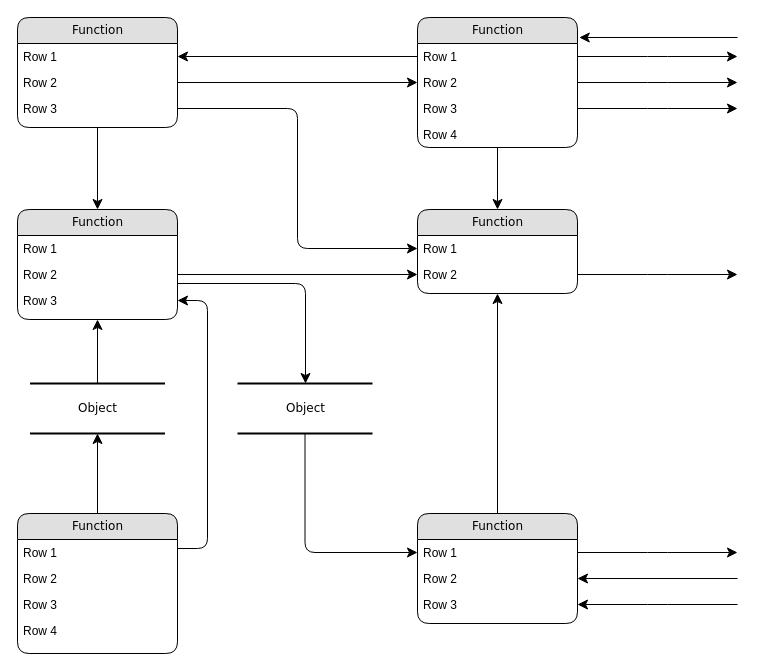
Above: Диаграмма без названия.drawio in ivushkin/Data-Analyst (draw.io), before the change. Source tidied: cells renumbered, new cells numbered last; positions are measured from the earlier drawing's top-left corner, leaving out a move shared by most shapes. Both pictures are drawn from the tidied source at 100%, with x=0, y=0 at pixel (17, 17).
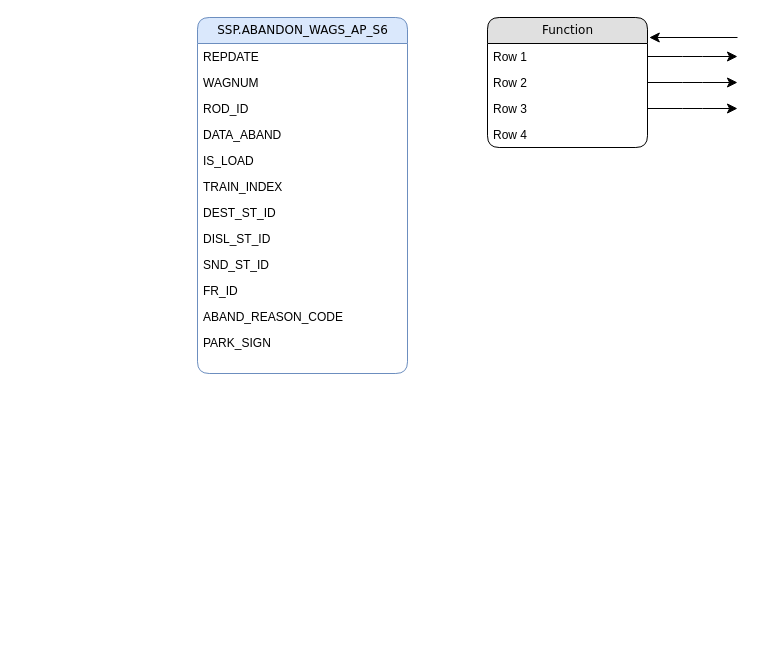
The same page after the edit.

Commit message:
Анализ брошенных вагонов.drawio

The change refers to these unchanged cells:
```xml
<mxCell id="8" value="Row 1" style="text;html=1;strokeColor=none;fillColor=none;spacingLeft=4;spacingRight=4;whiteSpace=wrap;overflow=hidden;points=[[0,0.5],[1,0.5]];portConstraint=eastwest;" parent="7" vertex="1">
  <mxGeometry y="26" width="160" height="26" as="geometry" />
</mxCell>
<mxCell id="9" value="Row 2" style="text;html=1;strokeColor=none;fillColor=none;spacingLeft=4;spacingRight=4;whiteSpace=wrap;overflow=hidden;points=[[0,0.5],[1,0.5]];portConstraint=eastwest;" parent="7" vertex="1">
  <mxGeometry y="52" width="160" height="26" as="geometry" />
</mxCell>
```

Diff of the diagram source:
```diff
@@
-    <mxCell id="2" value="Object" style="html=1;rounded=0;shadow=0;comic=0;labelBackgroundColor=none;strokeWidth=2;fontFamily=Verdana;fontSize=12;align=center;shape=mxgraph.ios7ui.horLines;" parent="1" vertex="1">
-      <mxGeometry x="12.5" y="366" width="135" height="50" as="geometry" />
-    </mxCell>
-    <mxCell id="3" value="Function" style="swimlane;html=1;fontStyle=0;horizontal=1;startSize=26;fillColor=#e0e0e0;swimlaneFillColor=#ffffff;align=center;rounded=1;shadow=0;comic=0;labelBackgroundColor=none;strokeWidth=1;fontFamily=Verdana;fontSize=12;" parent="1" vertex="1">
-      <mxGeometry width="160" height="110" as="geometry" />
+    <mxCell id="3" value="SSP.ABANDON_WAGS_AP_S6" style="swimlane;html=1;fontStyle=0;horizontal=1;startSize=26;fillColor=#dae8fc;swimlaneFillColor=#ffffff;align=center;rounded=1;shadow=0;comic=0;labelBackgroundColor=none;strokeWidth=1;fontFamily=Verdana;fontSize=12;strokeColor=#6c8ebf;" parent="1" vertex="1">
+      <mxGeometry x="180" width="210" height="356" as="geometry" />
     </mxCell>
-    <mxCell id="4" value="Row 1" style="text;html=1;strokeColor=none;fillColor=none;spacingLeft=4;spacingRight=4;whiteSpace=wrap;overflow=hidden;points=[[0,0.5],[1,0.5]];portConstraint=eastwest;" parent="3" vertex="1">
-      <mxGeometry y="26" width="160" height="26" as="geometry" />
+    <mxCell id="4" value="REPDATE" style="text;html=1;strokeColor=none;fillColor=none;spacingLeft=4;spacingRight=4;whiteSpace=wrap;overflow=hidden;points=[[0,0.5],[1,0.5]];portConstraint=eastwest;" parent="3" vertex="1">
+      <mxGeometry y="26" width="210" height="26" as="geometry" />
     </mxCell>
-    <mxCell id="5" value="Row 2" style="text;html=1;strokeColor=none;fillColor=none;spacingLeft=4;spacingRight=4;whiteSpace=wrap;overflow=hidden;points=[[0,0.5],[1,0.5]];portConstraint=eastwest;" parent="3" vertex="1">
-      <mxGeometry y="52" width="160" height="26" as="geometry" />
+    <mxCell id="5" value="WAGNUM" style="text;html=1;strokeColor=none;fillColor=none;spacingLeft=4;spacingRight=4;whiteSpace=wrap;overflow=hidden;points=[[0,0.5],[1,0.5]];portConstraint=eastwest;" parent="3" vertex="1">
+      <mxGeometry y="52" width="210" height="26" as="geometry" />
     </mxCell>
-    <mxCell id="6" value="Row 3" style="text;html=1;strokeColor=none;fillColor=none;spacingLeft=4;spacingRight=4;whiteSpace=wrap;overflow=hidden;points=[[0,0.5],[1,0.5]];portConstraint=eastwest;" parent="3" vertex="1">
-      <mxGeometry y="78" width="160" height="26" as="geometry" />
+    <mxCell id="6" value="ROD_ID" style="text;html=1;strokeColor=none;fillColor=none;spacingLeft=4;spacingRight=4;whiteSpace=wrap;overflow=hidden;points=[[0,0.5],[1,0.5]];portConstraint=eastwest;" parent="3" vertex="1">
+      <mxGeometry y="78" width="210" height="26" as="geometry" />
     </mxCell>
+    <mxCell id="49" value="DATA_ABAND" style="text;html=1;strokeColor=none;fillColor=none;spacingLeft=4;spacingRight=4;whiteSpace=wrap;overflow=hidden;" parent="3" vertex="1">
+      <mxGeometry y="104" width="210" height="26" as="geometry" />
+    </mxCell>
+    <mxCell id="50" value="IS_LOAD" style="text;html=1;strokeColor=none;fillColor=none;spacingLeft=4;spacingRight=4;whiteSpace=wrap;overflow=hidden;" parent="3" vertex="1">
+      <mxGeometry y="130" width="210" height="26" as="geometry" />
+    </mxCell>
+    <mxCell id="51" value="TRAIN_INDEX" style="text;html=1;strokeColor=none;fillColor=none;spacingLeft=4;spacingRight=4;whiteSpace=wrap;overflow=hidden;" parent="3" vertex="1">
+      <mxGeometry y="156" width="210" height="26" as="geometry" />
+    </mxCell>
+    <mxCell id="52" value="DEST_ST_ID" style="text;html=1;strokeColor=none;fillColor=none;spacingLeft=4;spacingRight=4;whiteSpace=wrap;overflow=hidden;" parent="3" vertex="1">
+      <mxGeometry y="182" width="210" height="26" as="geometry" />
+    </mxCell>
+    <mxCell id="53" value="DISL_ST_ID" style="text;html=1;strokeColor=none;fillColor=none;spacingLeft=4;spacingRight=4;whiteSpace=wrap;overflow=hidden;" parent="3" vertex="1">
+      <mxGeometry y="208" width="210" height="26" as="geometry" />
+    </mxCell>
+    <mxCell id="54" value="SND_ST_ID" style="text;html=1;strokeColor=none;fillColor=none;spacingLeft=4;spacingRight=4;whiteSpace=wrap;overflow=hidden;" parent="3" vertex="1">
+      <mxGeometry y="234" width="210" height="26" as="geometry" />
+    </mxCell>
+    <mxCell id="55" value="FR_ID" style="text;html=1;strokeColor=none;fillColor=none;spacingLeft=4;spacingRight=4;whiteSpace=wrap;overflow=hidden;" parent="3" vertex="1">
+      <mxGeometry y="260" width="210" height="26" as="geometry" />
+    </mxCell>
+    <mxCell id="56" value="ABAND_REASON_CODE&lt;br&gt;" style="text;html=1;strokeColor=none;fillColor=none;spacingLeft=4;spacingRight=4;whiteSpace=wrap;overflow=hidden;" parent="3" vertex="1">
+      <mxGeometry y="286" width="210" height="26" as="geometry" />
+    </mxCell>
+    <mxCell id="57" value="PARK_SIGN" style="text;html=1;strokeColor=none;fillColor=none;spacingLeft=4;spacingRight=4;whiteSpace=wrap;overflow=hidden;" parent="3" vertex="1">
+      <mxGeometry y="312" width="210" height="26" as="geometry" />
+    </mxCell>
     <mxCell id="7" value="Function" style="swimlane;html=1;fontStyle=0;horizontal=1;startSize=26;fillColor=#e0e0e0;swimlaneFillColor=#ffffff;align=center;rounded=1;shadow=0;comic=0;labelBackgroundColor=none;strokeWidth=1;fontFamily=Verdana;fontSize=12;" parent="1" vertex="1">
-      <mxGeometry x="400" width="160" height="130" as="geometry" />
+      <mxGeometry x="470" width="160" height="130" as="geometry" />
     </mxCell>
@@
-    <mxCell id="12" value="Function" style="swimlane;html=1;fontStyle=0;horizontal=1;startSize=26;fillColor=#e0e0e0;swimlaneFillColor=#ffffff;align=center;rounded=1;shadow=0;comic=0;labelBackgroundColor=none;strokeWidth=1;fontFamily=Verdana;fontSize=12;" parent="1" vertex="1">
-      <mxGeometry y="192" width="160" height="110" as="geometry" />
-    </mxCell>
-    <mxCell id="13" value="Row 1" style="text;html=1;strokeColor=none;fillColor=none;spacingLeft=4;spacingRight=4;whiteSpace=wrap;overflow=hidden;" parent="12" vertex="1">
-      <mxGeometry y="26" width="160" height="26" as="geometry" />
-    </mxCell>
-    <mxCell id="14" value="Row 2" style="text;html=1;strokeColor=none;fillColor=none;spacingLeft=4;spacingRight=4;whiteSpace=wrap;overflow=hidden;points=[[0,0.5],[1,0.5]];portConstraint=eastwest;" parent="12" vertex="1">
-      <mxGeometry y="52" width="160" height="26" as="geometry" />
-    </mxCell>
-    <mxCell id="15" value="Row 3" style="text;html=1;strokeColor=none;fillColor=none;spacingLeft=4;spacingRight=4;whiteSpace=wrap;overflow=hidden;points=[[0,0.5],[1,0.5]];portConstraint=eastwest;" parent="12" vertex="1">
-      <mxGeometry y="78" width="160" height="26" as="geometry" />
-    </mxCell>
-    <mxCell id="16" value="Function" style="swimlane;html=1;fontStyle=0;horizontal=1;startSize=26;fillColor=#e0e0e0;swimlaneFillColor=#ffffff;align=center;rounded=1;shadow=0;comic=0;labelBackgroundColor=none;strokeWidth=1;fontFamily=Verdana;fontSize=12;" parent="1" vertex="1">
-      <mxGeometry y="496" width="160" height="140" as="geometry" />
-    </mxCell>
-    <mxCell id="17" value="Row 1" style="text;html=1;strokeColor=none;fillColor=none;spacingLeft=4;spacingRight=4;whiteSpace=wrap;overflow=hidden;" parent="16" vertex="1">
-      <mxGeometry y="26" width="160" height="26" as="geometry" />
-    </mxCell>
-    <mxCell id="18" value="Row 2" style="text;html=1;strokeColor=none;fillColor=none;spacingLeft=4;spacingRight=4;whiteSpace=wrap;overflow=hidden;" parent="16" vertex="1">
-      <mxGeometry y="52" width="160" height="26" as="geometry" />
-    </mxCell>
-    <mxCell id="19" value="Row 3" style="text;html=1;strokeColor=none;fillColor=none;spacingLeft=4;spacingRight=4;whiteSpace=wrap;overflow=hidden;" parent="16" vertex="1">
-      <mxGeometry y="78" width="160" height="26" as="geometry" />
-    </mxCell>
-    <mxCell id="20" value="Row 4" style="text;html=1;strokeColor=none;fillColor=none;spacingLeft=4;spacingRight=4;whiteSpace=wrap;overflow=hidden;" parent="16" vertex="1">
-      <mxGeometry y="104" width="160" height="26" as="geometry" />
-    </mxCell>
-    <mxCell id="21" value="Function" style="swimlane;html=1;fontStyle=0;horizontal=1;startSize=26;fillColor=#e0e0e0;swimlaneFillColor=#ffffff;align=center;rounded=1;shadow=0;comic=0;labelBackgroundColor=none;strokeWidth=1;fontFamily=Verdana;fontSize=12;" parent="1" vertex="1">
-      <mxGeometry x="400" y="192" width="160" height="84" as="geometry" />
-    </mxCell>
-    <mxCell id="22" value="Row 1" style="text;html=1;strokeColor=none;fillColor=none;spacingLeft=4;spacingRight=4;whiteSpace=wrap;overflow=hidden;points=[[0,0.5],[1,0.5]];portConstraint=eastwest;" parent="21" vertex="1">
-      <mxGeometry y="26" width="160" height="26" as="geometry" />
-    </mxCell>
-    <mxCell id="23" value="Row 2" style="text;html=1;strokeColor=none;fillColor=none;spacingLeft=4;spacingRight=4;whiteSpace=wrap;overflow=hidden;points=[[0,0.5],[1,0.5]];portConstraint=eastwest;" parent="21" vertex="1">
-      <mxGeometry y="52" width="160" height="26" as="geometry" />
-    </mxCell>
-    <mxCell id="24" value="Function" style="swimlane;html=1;fontStyle=0;horizontal=1;startSize=26;fillColor=#e0e0e0;swimlaneFillColor=#ffffff;align=center;rounded=1;shadow=0;comic=0;labelBackgroundColor=none;strokeWidth=1;fontFamily=Verdana;fontSize=12;" parent="1" vertex="1">
-      <mxGeometry x="400" y="496" width="160" height="110" as="geometry" />
-    </mxCell>
-    <mxCell id="25" value="Row 1" style="text;html=1;strokeColor=none;fillColor=none;spacingLeft=4;spacingRight=4;whiteSpace=wrap;overflow=hidden;points=[[0,0.5],[1,0.5]];portConstraint=eastwest;" parent="24" vertex="1">
-      <mxGeometry y="26" width="160" height="26" as="geometry" />
-    </mxCell>
-    <mxCell id="26" value="Row 2" style="text;html=1;strokeColor=none;fillColor=none;spacingLeft=4;spacingRight=4;whiteSpace=wrap;overflow=hidden;points=[[0,0.5],[1,0.5]];portConstraint=eastwest;" parent="24" vertex="1">
-      <mxGeometry y="52" width="160" height="26" as="geometry" />
-    </mxCell>
-    <mxCell id="27" value="Row 3" style="text;html=1;strokeColor=none;fillColor=none;spacingLeft=4;spacingRight=4;whiteSpace=wrap;overflow=hidden;points=[[0,0.5],[1,0.5]];portConstraint=eastwest;" parent="24" vertex="1">
-      <mxGeometry y="78" width="160" height="26" as="geometry" />
-    </mxCell>
-    <mxCell id="28" value="Object" style="html=1;rounded=0;shadow=0;comic=0;labelBackgroundColor=none;strokeWidth=2;fontFamily=Verdana;fontSize=12;align=center;shape=mxgraph.ios7ui.horLines;" parent="1" vertex="1">
-      <mxGeometry x="220" y="366" width="135" height="50" as="geometry" />
-    </mxCell>
-    <mxCell id="29" style="edgeStyle=none;html=1;labelBackgroundColor=none;startFill=0;startSize=8;endFill=1;endSize=8;fontFamily=Verdana;fontSize=12;" parent="1" edge="1" source="16" target="2">
-      <mxGeometry relative="1" as="geometry" />
-    </mxCell>
-    <mxCell id="30" style="edgeStyle=none;html=1;labelBackgroundColor=none;startFill=0;startSize=8;endFill=1;endSize=8;fontFamily=Verdana;fontSize=12;" parent="1" edge="1" source="2" target="12">
-      <mxGeometry relative="1" as="geometry" />
-    </mxCell>
-    <mxCell id="31" style="edgeStyle=orthogonalEdgeStyle;html=1;labelBackgroundColor=none;startFill=0;startSize=8;endFill=1;endSize=8;fontFamily=Verdana;fontSize=12;exitX=1;exitY=0.25;entryX=1;entryY=0.5;" parent="1" edge="1" source="16" target="15">
-      <mxGeometry relative="1" as="geometry">
-        <Array as="points">
-          <mxPoint x="190" y="531" />
-          <mxPoint x="190" y="283" />
-        </Array>
-      </mxGeometry>
-    </mxCell>
-    <mxCell id="32" style="edgeStyle=orthogonalEdgeStyle;html=1;labelBackgroundColor=none;startFill=0;startSize=8;endFill=1;endSize=8;fontFamily=Verdana;fontSize=12;" parent="1" edge="1" source="28" target="25">
-      <mxGeometry x="-0.13" y="32" relative="1" as="geometry" />
-    </mxCell>
-    <mxCell id="33" style="edgeStyle=orthogonalEdgeStyle;html=1;labelBackgroundColor=none;startFill=0;startSize=8;endFill=1;endSize=8;fontFamily=Verdana;fontSize=12;" parent="1" edge="1" source="12" target="28">
-      <mxGeometry relative="1" as="geometry">
-        <Array as="points">
-          <mxPoint x="288" y="266" />
-        </Array>
-      </mxGeometry>
-    </mxCell>
-    <mxCell id="34" style="edgeStyle=orthogonalEdgeStyle;html=1;labelBackgroundColor=none;startFill=0;startSize=8;endFill=1;endSize=8;fontFamily=Verdana;fontSize=12;" parent="1" edge="1" source="3" target="12">
-      <mxGeometry relative="1" as="geometry" />
-    </mxCell>
-    <mxCell id="35" style="edgeStyle=orthogonalEdgeStyle;html=1;labelBackgroundColor=none;startFill=0;startSize=8;endFill=1;endSize=8;fontFamily=Verdana;fontSize=12;" parent="1" edge="1" source="24" target="21">
-      <mxGeometry relative="1" as="geometry" />
-    </mxCell>
-    <mxCell id="36" style="edgeStyle=orthogonalEdgeStyle;html=1;labelBackgroundColor=none;startFill=0;startSize=8;endFill=1;endSize=8;fontFamily=Verdana;fontSize=12;" parent="1" edge="1" source="7" target="21">
-      <mxGeometry relative="1" as="geometry" />
-    </mxCell>
-    <mxCell id="37" style="edgeStyle=orthogonalEdgeStyle;html=1;entryX=0;entryY=0.5;labelBackgroundColor=none;startFill=0;startSize=8;endFill=1;endSize=8;fontFamily=Verdana;fontSize=12;exitX=1;exitY=0.5;" parent="1" edge="1" source="5" target="9">
-      <mxGeometry relative="1" as="geometry" />
-    </mxCell>
-    <mxCell id="38" style="edgeStyle=orthogonalEdgeStyle;html=1;exitX=0;exitY=0.5;entryX=1;entryY=0.5;labelBackgroundColor=none;startFill=0;startSize=8;endFill=1;endSize=8;fontFamily=Verdana;fontSize=12;" parent="1" edge="1" source="8" target="4">
-      <mxGeometry relative="1" as="geometry" />
-    </mxCell>
-    <mxCell id="39" style="edgeStyle=orthogonalEdgeStyle;html=1;exitX=1;exitY=0.5;entryX=0;entryY=0.5;labelBackgroundColor=none;startFill=0;startSize=8;endFill=1;endSize=8;fontFamily=Verdana;fontSize=12;" parent="1" edge="1" source="6" target="22">
-      <mxGeometry relative="1" as="geometry" />
-    </mxCell>
-    <mxCell id="40" style="edgeStyle=orthogonalEdgeStyle;html=1;exitX=1;exitY=0.5;entryX=0;entryY=0.5;labelBackgroundColor=none;startFill=0;startSize=8;endFill=1;endSize=8;fontFamily=Verdana;fontSize=12;" parent="1" edge="1" source="14" target="23">
-      <mxGeometry relative="1" as="geometry" />
-    </mxCell>
-    <mxCell id="41" style="edgeStyle=orthogonalEdgeStyle;html=1;labelBackgroundColor=none;startFill=0;startSize=8;endFill=1;endSize=8;fontFamily=Verdana;fontSize=12;" parent="1" edge="1" source="23">
-      <mxGeometry relative="1" as="geometry">
-        <mxPoint x="720" y="257" as="targetPoint" />
-      </mxGeometry>
-    </mxCell>
-    <mxCell id="42" style="edgeStyle=orthogonalEdgeStyle;html=1;exitX=1;exitY=0.5;labelBackgroundColor=none;startFill=0;startSize=8;endFill=1;endSize=8;fontFamily=Verdana;fontSize=12;" parent="1" edge="1" source="25">
-      <mxGeometry relative="1" as="geometry">
-        <mxPoint x="720" y="535" as="targetPoint" />
-      </mxGeometry>
-    </mxCell>
-    <mxCell id="43" style="edgeStyle=orthogonalEdgeStyle;html=1;labelBackgroundColor=none;startFill=0;startSize=8;endFill=1;endSize=8;fontFamily=Verdana;fontSize=12;entryX=1;entryY=0.5;" parent="1" edge="1" target="26">
-      <mxGeometry relative="1" as="geometry">
-        <mxPoint x="720" y="561" as="sourcePoint" />
-        <Array as="points">
-          <mxPoint x="720" y="561" />
-        </Array>
-      </mxGeometry>
-    </mxCell>
-    <mxCell id="44" style="edgeStyle=orthogonalEdgeStyle;html=1;labelBackgroundColor=none;startFill=0;startSize=8;endFill=1;endSize=8;fontFamily=Verdana;fontSize=12;entryX=1;entryY=0.5;" parent="1" edge="1" target="27">
-      <mxGeometry relative="1" as="geometry">
-        <mxPoint x="720" y="587" as="sourcePoint" />
-        <Array as="points">
-          <mxPoint x="640" y="587" />
-          <mxPoint x="640" y="587" />
-        </Array>
-      </mxGeometry>
-    </mxCell>
```
